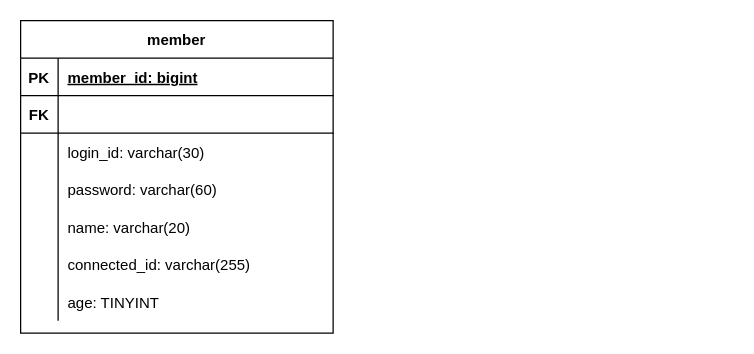
The draw.io diagram ER다이어그램(자산관리앱).drawio in GunwooJo/AssetManagement, before the edit. Source tidied: cells renumbered, new cells numbered last; positions are measured from the earlier drawing's top-left corner, leaving out a move shared by most shapes. Both pictures are drawn from the tidied source at 125%, with x=0, y=0 at pixel (20, 20).
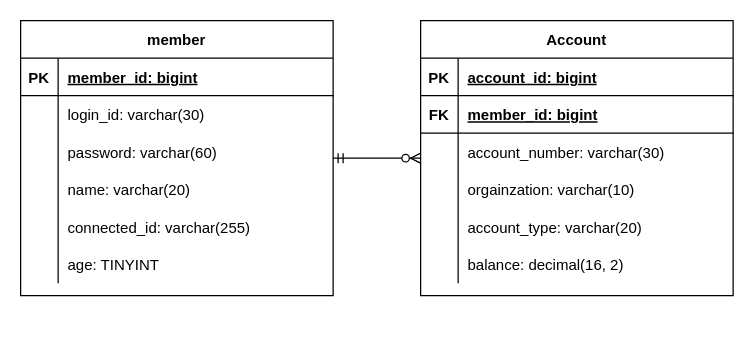
The same page after the edit.

Commit message:
Account 테이블 정의

Diff of the diagram source:
```diff
@@
     <mxCell id="2" value="member" style="shape=table;startSize=30;childLayout=tableLayout;rowLines=0;fontStyle=1;align=center;" parent="1" vertex="1">
-      <mxGeometry width="250" height="250" as="geometry" />
+      <mxGeometry width="250" height="220" as="geometry" />
     </mxCell>
@@
-    <mxCell id="6" style="shape=partialRectangle;fillColor=none;top=0;left=0;right=0;bottom=1;" parent="2" vertex="1">
-      <mxGeometry y="60" width="250" height="30" as="geometry" />
-    </mxCell>
-    <mxCell id="7" value="FK" style="shape=partialRectangle;overflow=hidden;fillColor=none;top=0;left=0;bottom=0;right=0;fontStyle=1;" parent="6" vertex="1">
-      <mxGeometry width="30" height="30" as="geometry" />
-    </mxCell>
-    <mxCell id="8" style="shape=partialRectangle;overflow=hidden;fillColor=none;top=0;left=0;bottom=0;right=0;align=left;spacingLeft=6;fontStyle=5;" parent="6" vertex="1">
-      <mxGeometry x="30" width="220" height="30" as="geometry" />
-    </mxCell>
     <mxCell id="9" style="shape=partialRectangle;fillColor=none;top=0;left=0;right=0;bottom=0;" parent="2" vertex="1">
-      <mxGeometry y="90" width="250" height="30" as="geometry" />
+      <mxGeometry y="60" width="250" height="30" as="geometry" />
     </mxCell>
@@
     <mxCell id="12" style="shape=partialRectangle;fillColor=none;top=0;left=0;right=0;bottom=0;" parent="2" vertex="1">
-      <mxGeometry y="120" width="250" height="30" as="geometry" />
+      <mxGeometry y="90" width="250" height="30" as="geometry" />
     </mxCell>
@@
     <mxCell id="15" style="shape=partialRectangle;fillColor=none;top=0;left=0;right=0;bottom=0;" parent="2" vertex="1">
-      <mxGeometry y="150" width="250" height="30" as="geometry" />
+      <mxGeometry y="120" width="250" height="30" as="geometry" />
     </mxCell>
@@
     <mxCell id="18" style="shape=partialRectangle;fillColor=none;top=0;left=0;right=0;bottom=0;" parent="2" vertex="1">
-      <mxGeometry y="180" width="250" height="30" as="geometry" />
+      <mxGeometry y="150" width="250" height="30" as="geometry" />
     </mxCell>
@@
     <mxCell id="21" style="shape=partialRectangle;fillColor=none;top=0;left=0;right=0;bottom=0;" parent="2" vertex="1">
-      <mxGeometry y="210" width="250" height="30" as="geometry" />
+      <mxGeometry y="180" width="250" height="30" as="geometry" />
     </mxCell>
@@
+    <mxCell id="24" value="Account" style="shape=table;startSize=30;childLayout=tableLayout;rowLines=0;fontStyle=1;align=center;" parent="1" vertex="1">
+      <mxGeometry x="320" width="250" height="220" as="geometry" />
+    </mxCell>
+    <mxCell id="25" style="shape=partialRectangle;fillColor=none;top=0;left=0;right=0;bottom=1;" parent="24" vertex="1">
+      <mxGeometry y="30" width="250" height="30" as="geometry" />
+    </mxCell>
+    <mxCell id="26" value="PK" style="shape=partialRectangle;overflow=hidden;fillColor=none;top=0;left=0;bottom=0;right=0;fontStyle=1;" parent="25" vertex="1">
+      <mxGeometry width="30" height="30" as="geometry" />
+    </mxCell>
+    <mxCell id="27" value="account_id: bigint" style="shape=partialRectangle;overflow=hidden;fillColor=none;top=0;left=0;bottom=0;right=0;align=left;spacingLeft=6;fontStyle=5;" parent="25" vertex="1">
+      <mxGeometry x="30" width="220" height="30" as="geometry" />
+    </mxCell>
+    <mxCell id="6" style="shape=partialRectangle;fillColor=none;top=0;left=0;right=0;bottom=1;" parent="24" vertex="1">
+      <mxGeometry y="60" width="250" height="30" as="geometry" />
+    </mxCell>
+    <mxCell id="7" value="FK" style="shape=partialRectangle;overflow=hidden;fillColor=none;top=0;left=0;bottom=0;right=0;fontStyle=1;" parent="6" vertex="1">
+      <mxGeometry width="30" height="30" as="geometry" />
+    </mxCell>
+    <mxCell id="28" value="member_id: bigint" style="shape=partialRectangle;overflow=hidden;fillColor=none;top=0;left=0;bottom=0;right=0;align=left;spacingLeft=6;fontStyle=5;" parent="6" vertex="1">
+      <mxGeometry x="30" width="220" height="30" as="geometry" />
+    </mxCell>
+    <mxCell id="29" style="shape=partialRectangle;fillColor=none;top=0;left=0;right=0;bottom=0;" parent="24" vertex="1">
+      <mxGeometry y="90" width="250" height="30" as="geometry" />
+    </mxCell>
+    <mxCell id="30" style="shape=partialRectangle;overflow=hidden;fillColor=none;top=0;left=0;bottom=0;right=0;" parent="29" vertex="1">
+      <mxGeometry width="30" height="30" as="geometry" />
+    </mxCell>
+    <mxCell id="31" value="account_number: varchar(30)" style="shape=partialRectangle;overflow=hidden;fillColor=none;top=0;left=0;bottom=0;right=0;align=left;spacingLeft=6;" parent="29" vertex="1">
+      <mxGeometry x="30" width="220" height="30" as="geometry" />
+    </mxCell>
+    <mxCell id="32" style="shape=partialRectangle;fillColor=none;top=0;left=0;right=0;bottom=0;" parent="24" vertex="1">
+      <mxGeometry y="120" width="250" height="30" as="geometry" />
+    </mxCell>
+    <mxCell id="33" style="shape=partialRectangle;overflow=hidden;fillColor=none;top=0;left=0;bottom=0;right=0;" parent="32" vertex="1">
+      <mxGeometry width="30" height="30" as="geometry" />
+    </mxCell>
+    <mxCell id="34" value="orgainzation: varchar(10)" style="shape=partialRectangle;overflow=hidden;fillColor=none;top=0;left=0;bottom=0;right=0;align=left;spacingLeft=6;" parent="32" vertex="1">
+      <mxGeometry x="30" width="220" height="30" as="geometry" />
+    </mxCell>
+    <mxCell id="35" style="shape=partialRectangle;fillColor=none;top=0;left=0;right=0;bottom=0;" parent="24" vertex="1">
+      <mxGeometry y="150" width="250" height="30" as="geometry" />
+    </mxCell>
+    <mxCell id="36" style="shape=partialRectangle;overflow=hidden;fillColor=none;top=0;left=0;bottom=0;right=0;" parent="35" vertex="1">
+      <mxGeometry width="30" height="30" as="geometry" />
+    </mxCell>
+    <mxCell id="37" value="account_type: varchar(20)" style="shape=partialRectangle;overflow=hidden;fillColor=none;top=0;left=0;bottom=0;right=0;align=left;spacingLeft=6;" parent="35" vertex="1">
+      <mxGeometry x="30" width="220" height="30" as="geometry" />
+    </mxCell>
+    <mxCell id="38" style="shape=partialRectangle;fillColor=none;top=0;left=0;right=0;bottom=0;" parent="24" vertex="1">
+      <mxGeometry y="180" width="250" height="30" as="geometry" />
+    </mxCell>
+    <mxCell id="39" style="shape=partialRectangle;overflow=hidden;fillColor=none;top=0;left=0;bottom=0;right=0;" parent="38" vertex="1">
+      <mxGeometry width="30" height="30" as="geometry" />
+    </mxCell>
+    <mxCell id="40" value="balance: decimal(16, 2)" style="shape=partialRectangle;overflow=hidden;fillColor=none;top=0;left=0;bottom=0;right=0;align=left;spacingLeft=6;" parent="38" vertex="1">
+      <mxGeometry x="30" width="220" height="30" as="geometry" />
+    </mxCell>
+    <mxCell id="41" style="edgeStyle=entityRelationEdgeStyle;fontSize=12;html=1;endArrow=ERzeroToMany;startArrow=ERmandOne;rounded=0;" parent="1" edge="1" source="2" target="24">
+      <mxGeometry relative="1" as="geometry" />
+    </mxCell>
```
